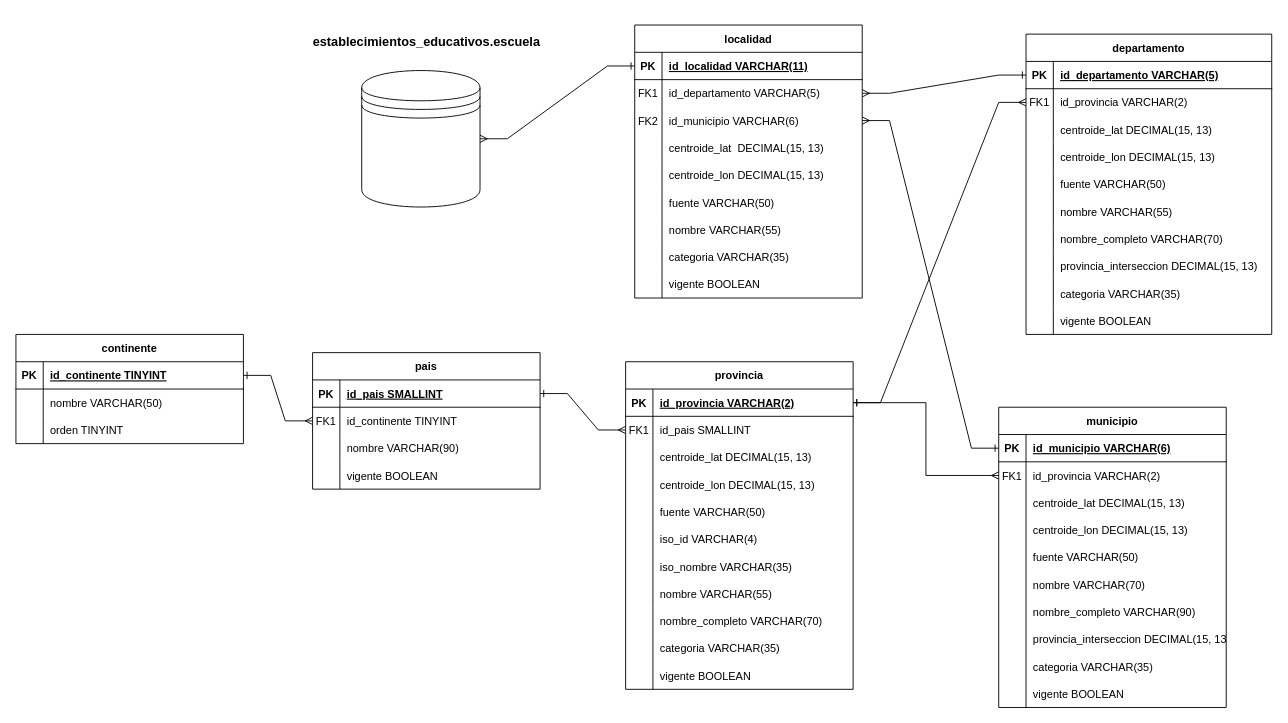
Alexmdq80/SistemaGestionEscolar keeps this draw.io diagram as georef.drawio. Above is the earlier version. Source tidied: cells renumbered, new cells numbered last; positions are measured from the earlier drawing's top-left corner, leaving out a move shared by most shapes. Both pictures are drawn from the tidied source at 91%, with x=0, y=0 at pixel (15, 15).
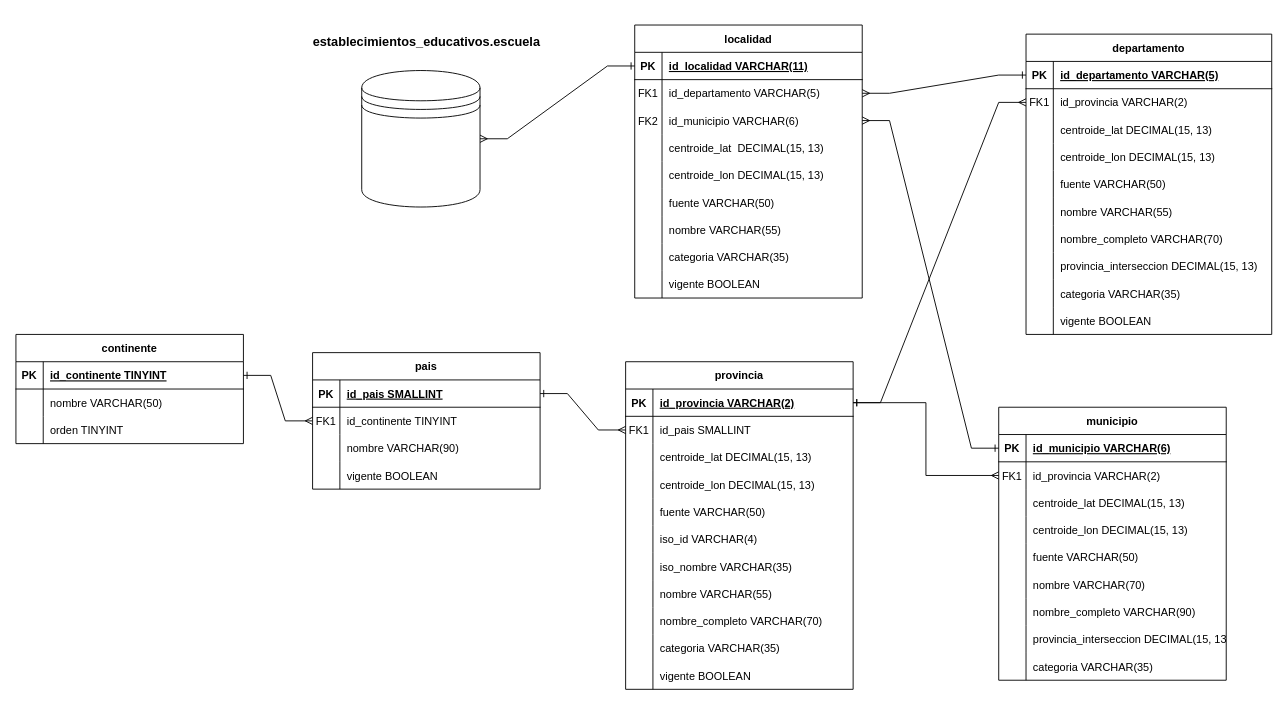
After the change.

Change to the diagram source:
```diff
@@
     <mxCell id="111" value="municipio" style="shape=table;startSize=30;childLayout=tableLayout;rowLines=0;fontStyle=1;align=center;" parent="1" vertex="1">
-      <mxGeometry x="1080" y="430" width="250" height="330" as="geometry" />
+      <mxGeometry x="1080" y="430" width="250" height="300" as="geometry" />
     </mxCell>
@@
-    <mxCell id="139" style="shape=partialRectangle;fillColor=none;top=0;left=0;right=0;bottom=0;" parent="111" vertex="1">
-      <mxGeometry y="300" width="250" height="30" as="geometry" />
-    </mxCell>
-    <mxCell id="140" style="shape=partialRectangle;overflow=hidden;fillColor=none;top=0;left=0;bottom=0;right=0;" parent="139" vertex="1">
-      <mxGeometry width="30" height="30" as="geometry" />
-    </mxCell>
-    <mxCell id="141" value="vigente BOOLEAN" style="shape=partialRectangle;overflow=hidden;fillColor=none;top=0;left=0;bottom=0;right=0;align=left;spacingLeft=6;" parent="139" vertex="1">
-      <mxGeometry x="30" width="220" height="30" as="geometry" />
-    </mxCell>
```
